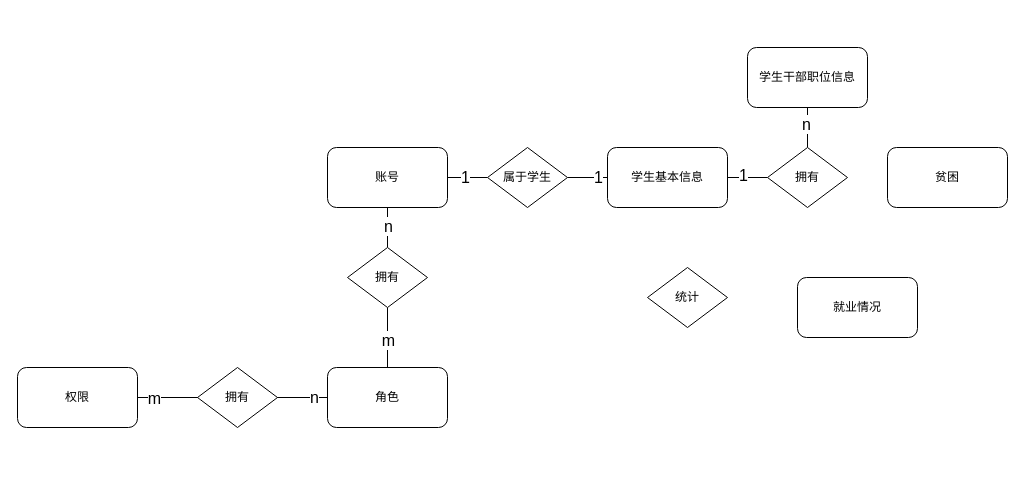
The draw.io diagram map/swms-er.drawio in msqtt/Sources, before the edit. Source tidied: cells renumbered, new cells numbered last; positions are measured from the earlier drawing's top-left corner, leaving out a move shared by most shapes. Both pictures are drawn from the tidied source at 100%, with x=0, y=0 at pixel (17, 47).
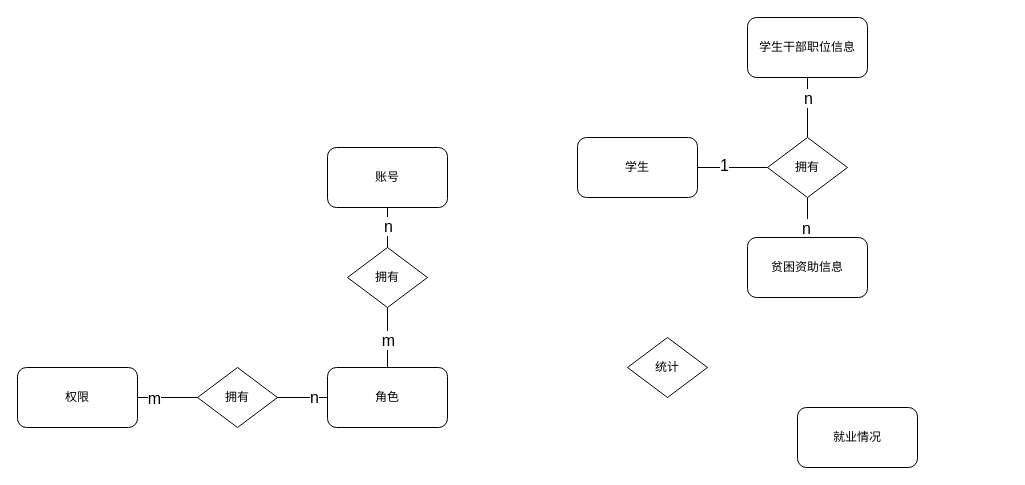
Above is the later version.

Unchanged cells that the change refers to:
```xml
<mxCell id="4" value="账号" style="rounded=1;whiteSpace=wrap;html=1;" parent="1" vertex="1">
  <mxGeometry x="310" y="100" width="120" height="60" as="geometry" />
</mxCell>
<mxCell id="24" style="edgeStyle=orthogonalEdgeStyle;rounded=0;jettySize=auto;html=1;endArrow=none;endFill=0;" parent="1" edge="1" source="26" target="27">
  <mxGeometry relative="1" as="geometry" />
</mxCell>
```

Diff of the diagram source:
```diff
@@
-    <mxCell id="16" style="edgeStyle=orthogonalEdgeStyle;rounded=0;jettySize=auto;html=1;endArrow=none;endFill=0;" parent="1" edge="1" source="18" target="27">
+    <mxCell id="16" style="rounded=0;jettySize=auto;html=1;endArrow=none;endFill=0;exitX=1;exitY=0.5;exitDx=0;exitDy=0;" parent="1" edge="1" source="33" target="27">
       <mxGeometry relative="1" as="geometry" />
     </mxCell>
@@
-    <mxCell id="18" value="学生基本信息" style="rounded=1;whiteSpace=wrap;html=1;" parent="1" vertex="1">
-      <mxGeometry x="590" y="100" width="120" height="60" as="geometry" />
-    </mxCell>
-    <mxCell id="19" style="edgeStyle=orthogonalEdgeStyle;rounded=0;jettySize=auto;html=1;endArrow=none;endFill=0;" parent="1" edge="1" source="23" target="4">
-      <mxGeometry relative="1" as="geometry" />
-    </mxCell>
-    <mxCell id="20" value="1" style="edgeLabel;html=1;align=center;verticalAlign=middle;fontSize=16;" parent="19" vertex="1">
-      <mxGeometry x="0.16" y="-1" relative="1" as="geometry" />
-    </mxCell>
-    <mxCell id="21" style="edgeStyle=orthogonalEdgeStyle;rounded=0;jettySize=auto;html=1;endArrow=none;endFill=0;" parent="1" edge="1" source="23" target="18">
-      <mxGeometry relative="1" as="geometry" />
-    </mxCell>
-    <mxCell id="22" value="1" style="edgeLabel;html=1;align=center;verticalAlign=middle;fontSize=16;" parent="21" vertex="1">
-      <mxGeometry x="0.48" y="1" relative="1" as="geometry" />
-    </mxCell>
-    <mxCell id="23" value="属于学生" style="rhombus;whiteSpace=wrap;html=1;" parent="1" vertex="1">
-      <mxGeometry x="470" y="100" width="80" height="60" as="geometry" />
-    </mxCell>
@@
     <mxCell id="25" value="n" style="edgeLabel;html=1;align=center;verticalAlign=middle;fontSize=16;" parent="24" vertex="1">
-      <mxGeometry x="-0.2" y="-2" relative="1" as="geometry" />
+      <mxGeometry x="-0.2" y="-2" relative="1" as="geometry">
+        <mxPoint x="2" y="-4" as="offset" />
+      </mxGeometry>
     </mxCell>
     <mxCell id="26" value="学生干部职位信息" style="rounded=1;whiteSpace=wrap;html=1;" parent="1" vertex="1">
-      <mxGeometry x="730" width="120" height="60" as="geometry" />
+      <mxGeometry x="730" y="-30" width="120" height="60" as="geometry" />
     </mxCell>
+    <mxCell id="31" style="edgeStyle=orthogonalEdgeStyle;rounded=0;jettySize=auto;html=1;endArrow=none;endFill=0;" parent="1" edge="1" source="27" target="29">
+      <mxGeometry relative="1" as="geometry" />
+    </mxCell>
+    <mxCell id="32" value="&lt;font style=&quot;font-size: 16px;&quot;&gt;n&lt;/font&gt;" style="edgeLabel;html=1;align=center;verticalAlign=middle;" parent="31" vertex="1">
+      <mxGeometry x="0.52" y="-2" relative="1" as="geometry" />
+    </mxCell>
     <mxCell id="27" value="拥有" style="rhombus;whiteSpace=wrap;html=1;" parent="1" vertex="1">
-      <mxGeometry x="750" y="100" width="80" height="60" as="geometry" />
+      <mxGeometry x="750" y="90" width="80" height="60" as="geometry" />
     </mxCell>
     <mxCell id="28" value="就业情况" style="rounded=1;whiteSpace=wrap;html=1;" parent="1" vertex="1">
-      <mxGeometry x="780" y="230" width="120" height="60" as="geometry" />
+      <mxGeometry x="780" y="360" width="120" height="60" as="geometry" />
     </mxCell>
-    <mxCell id="29" value="贫困" style="rounded=1;whiteSpace=wrap;html=1;" parent="1" vertex="1">
-      <mxGeometry x="870" y="100" width="120" height="60" as="geometry" />
+    <mxCell id="29" value="贫困资助信息" style="rounded=1;whiteSpace=wrap;html=1;" parent="1" vertex="1">
+      <mxGeometry x="730" y="190" width="120" height="60" as="geometry" />
     </mxCell>
     <mxCell id="30" value="统计" style="rhombus;whiteSpace=wrap;html=1;" parent="1" vertex="1">
-      <mxGeometry x="630" y="220" width="80" height="60" as="geometry" />
+      <mxGeometry x="610" y="290" width="80" height="60" as="geometry" />
     </mxCell>
+    <mxCell id="33" value="学生" style="rounded=1;whiteSpace=wrap;html=1;" parent="1" vertex="1">
+      <mxGeometry x="560" y="90" width="120" height="60" as="geometry" />
+    </mxCell>
```
